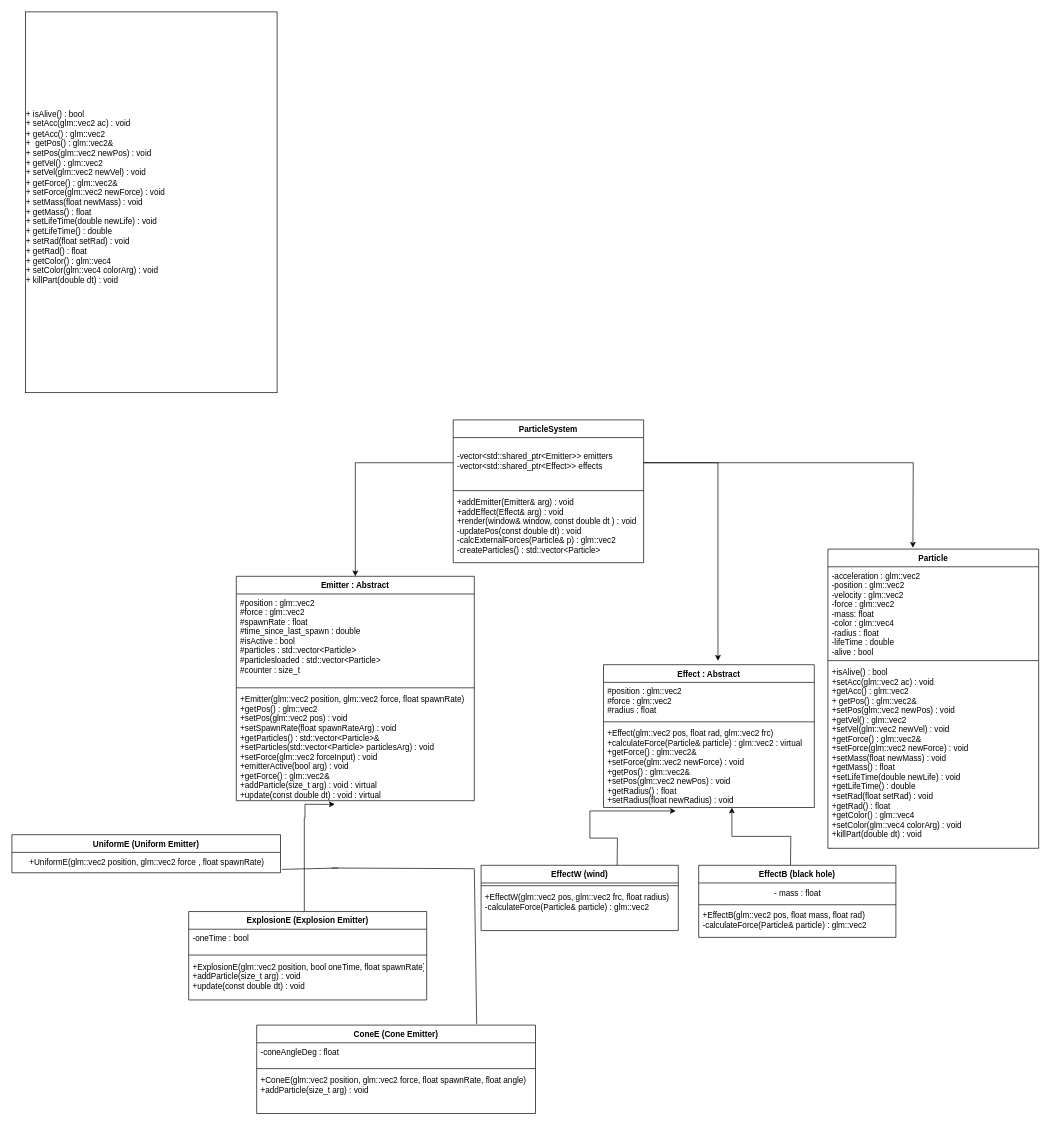
KarlWastesson/KandidatLab keeps this draw.io diagram as classDiagram.drawio. Above is the earlier version. Source tidied: cells renumbered, new cells numbered last; positions are measured from the earlier drawing's top-left corner, leaving out a move shared by most shapes. Both pictures are drawn from the tidied source at 68%, with x=0, y=0 at pixel (12, 12).
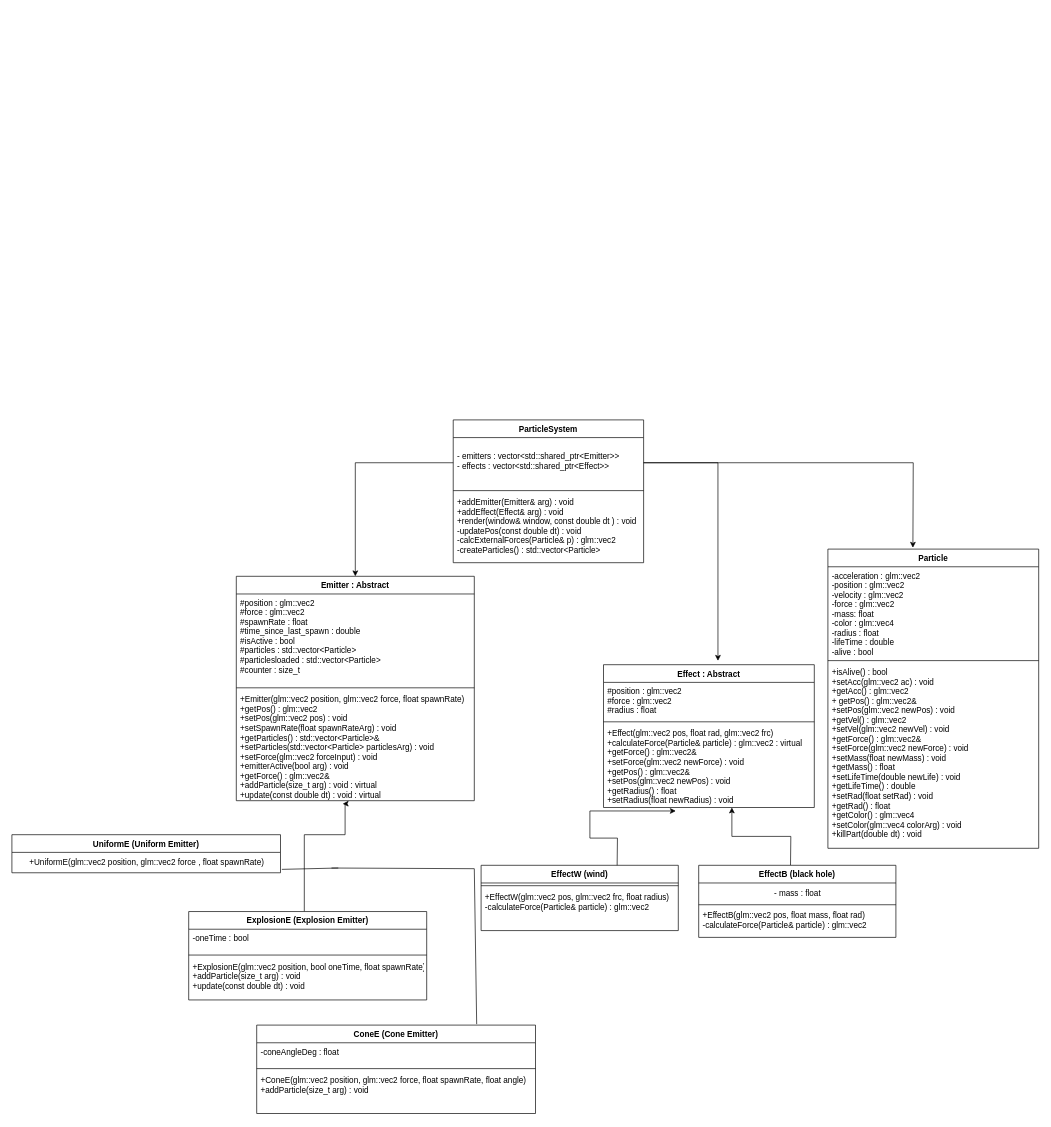
The same page after the edit.

Unchanged cells that the change refers to:
```xml
<mxCell id="5" value="+Emitter(glm::vec2 position, glm::vec2 force, float spawnRate)&#10;+getPos() : glm::vec2&#10;+setPos(glm::vec2 pos) : void&#10;+setSpawnRate(float spawnRateArg) : void&#10;+getParticles() : std::vector&lt;Particle&gt;&amp;&#10;+setParticles(std::vector&lt;Particle&gt; particlesArg) : void&#10;+setForce(glm::vec2 forceInput) : void&#10;+emitterActive(bool arg) : void&#10;+getForce() : glm::vec2&amp;&#10;+addParticle(size_t arg) : void : virtual &#10;+update(const double dt) : void : virtual&#10;&#10;&#10;&#10;&#10;" style="text;strokeColor=none;fillColor=none;align=left;verticalAlign=top;spacingLeft=4;spacingRight=4;overflow=hidden;points=[[0,0.5],[1,0.5]];portConstraint=eastwest;" parent="2" vertex="1">
  <mxGeometry y="168" width="350" height="162" as="geometry" />
</mxCell>
<mxCell id="17" value="ParticleSystem" style="swimlane;fontStyle=1;align=center;verticalAlign=top;horizontal=1;startSize=26;" parent="1" vertex="1">
  <mxGeometry x="649" y="600" width="280" height="210" as="geometry" />
</mxCell>
```

The edit, as a diff of the source:
```diff
@@
-    <mxCell id="12" style="edgeStyle=orthogonalEdgeStyle;rounded=0;jettySize=auto;html=1;entryX=0.414;entryY=1.033;entryDx=0;entryDy=0;entryPerimeter=0;" parent="1" edge="1" target="5">
+    <mxCell id="12" style="edgeStyle=orthogonalEdgeStyle;rounded=0;jettySize=auto;html=1;entryX=0.447;entryY=1.028;entryDx=0;entryDy=0;entryPerimeter=0;" parent="1" edge="1" target="5">
       <mxGeometry relative="1" as="geometry">
         <mxPoint x="430" y="1323" as="sourcePoint" />
         <Array as="points">
-          <mxPoint x="430" y="1185" />
-          <mxPoint x="431" y="1185" />
+          <mxPoint x="430" y="1210" />
+          <mxPoint x="490" y="1210" />
+          <mxPoint x="490" y="1164" />
         </Array>
       </mxGeometry>
     </mxCell>
@@
-    <mxCell id="18" value="&#10;-vector&lt;std::shared_ptr&lt;Emitter&gt;&gt; emitters&#10;-vector&lt;std::shared_ptr&lt;Effect&gt;&gt; effects&#10;&#10;" style="text;strokeColor=none;fillColor=none;align=left;verticalAlign=top;spacingLeft=4;spacingRight=4;overflow=hidden;points=[[0,0.5],[1,0.5]];portConstraint=eastwest;" parent="17" vertex="1">
+    <mxCell id="18" value="&#10;- emitters : vector&lt;std::shared_ptr&lt;Emitter&gt;&gt;&#10;- effects : vector&lt;std::shared_ptr&lt;Effect&gt;&gt; &#10;&#10;" style="text;strokeColor=none;fillColor=none;align=left;verticalAlign=top;spacingLeft=4;spacingRight=4;overflow=hidden;points=[[0,0.5],[1,0.5]];portConstraint=eastwest;" parent="17" vertex="1">
       <mxGeometry y="26" width="280" height="74" as="geometry" />
     </mxCell>
@@
-    <mxCell id="40" value="&lt;div&gt;+ isAlive() : bool&lt;/div&gt;&lt;div&gt;&lt;span style=&quot;background-color: initial;&quot;&gt;+ setAcc(glm::vec2 ac) : void&lt;/span&gt;&lt;br&gt;&lt;/div&gt;&lt;div&gt;&lt;span style=&quot;background-color: initial;&quot;&gt;+ getAcc() : glm::vec2&lt;/span&gt;&lt;br&gt;&lt;/div&gt;&lt;div&gt;&lt;span style=&quot;background-color: initial;&quot;&gt;+&amp;nbsp; getPos() : glm::vec2&amp;amp;&lt;/span&gt;&lt;br&gt;&lt;/div&gt;&lt;div&gt;&lt;span style=&quot;background-color: initial;&quot;&gt;+ setPos(glm::vec2 newPos) : void&lt;/span&gt;&lt;/div&gt;&lt;div&gt;+ getVel() : glm::vec2&lt;/div&gt;&lt;div&gt;+ setVel(glm::vec2 newVel) : void&lt;/div&gt;&lt;div&gt;+ getForce() : glm::vec2&amp;amp;&lt;/div&gt;&lt;div&gt;+ setForce(glm::vec2 newForce) : void&lt;/div&gt;&lt;div&gt;+ setMass(float newMass) : void&lt;/div&gt;&lt;div&gt;+ getMass() : float&lt;/div&gt;&lt;div&gt;+ setLifeTime(double newLife) : void&lt;/div&gt;&lt;div&gt;+ getLifeTime() : double&lt;/div&gt;&lt;div&gt;+ setRad(float setRad) : void&lt;/div&gt;&lt;div&gt;+ getRad() : float&lt;/div&gt;&lt;div&gt;+ getColor() : glm::vec4&lt;/div&gt;&lt;div&gt;+ setColor(glm::vec4 colorArg) : void&lt;/div&gt;&lt;div&gt;+ killPart(double dt) : void&lt;/div&gt;&lt;div&gt;&lt;br&gt;&lt;/div&gt;" style="rounded=0;whiteSpace=wrap;html=1;spacing=1;align=left;" parent="1" vertex="1">
-      <mxGeometry x="20" width="370" height="560" as="geometry" />
-    </mxCell>
```
